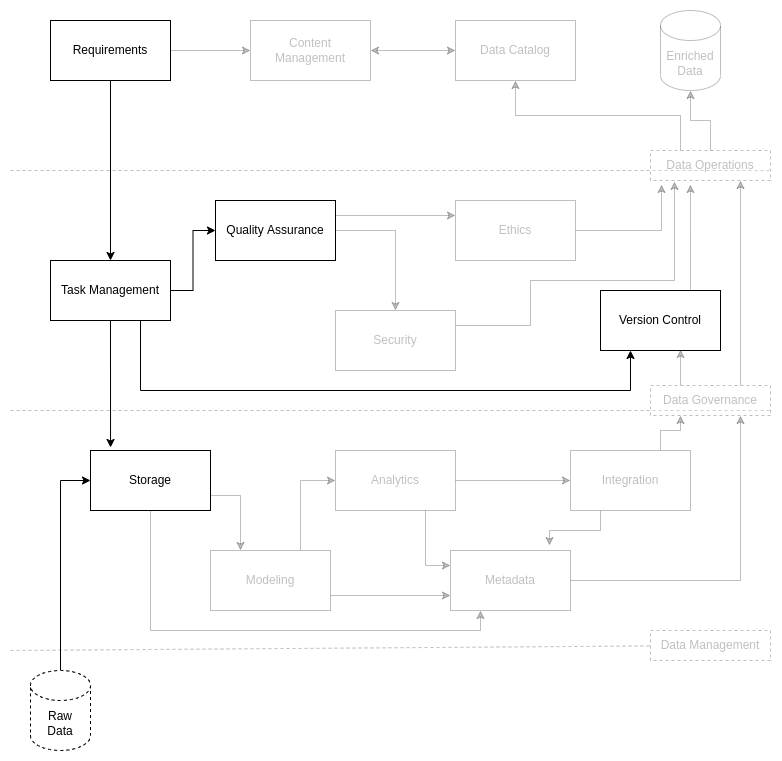
CertusGroup/ciutshi keeps this draw.io diagram as docs/source/static/images/do_overview_tms.png. Above is the earlier version. Source tidied: cells renumbered, new cells last; positions are measured from the earlier drawing's top-left corner, leaving out a move shared by most shapes.
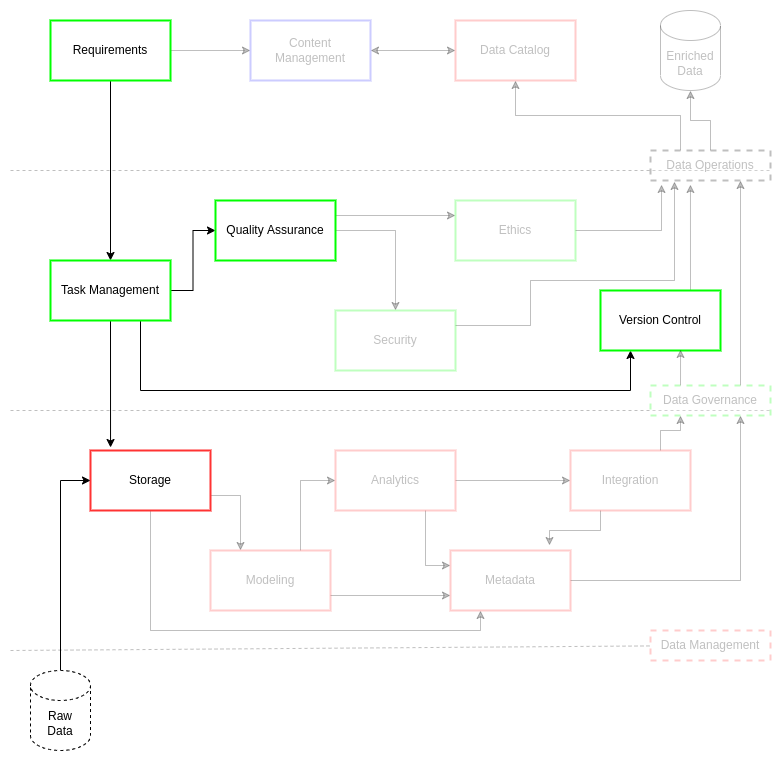
After the commit.

Diff of the diagram source:
```diff
@@ -20,7 +20,7 @@
     <mxCell id="5" style="edgeStyle=orthogonalEdgeStyle;rounded=0;jettySize=auto;html=1;exitX=0.5;exitY=1;exitDx=0;exitDy=0;entryX=0.25;entryY=1;entryDx=0;entryDy=0;opacity=25;textOpacity=25;" parent="1" edge="1" source="6" target="14">
       <mxGeometry relative="1" as="geometry" />
     </mxCell>
-    <mxCell id="6" value="Storage" style="rounded=0;whiteSpace=wrap;html=1;" parent="1" vertex="1">
+    <mxCell id="6" value="Storage" style="rounded=0;whiteSpace=wrap;html=1;strokeWidth=2;strokeColor=#FF3333;" parent="1" vertex="1">
       <mxGeometry x="80" y="440" width="120" height="60" as="geometry" />
     </mxCell>
     <mxCell id="7" style="edgeStyle=orthogonalEdgeStyle;rounded=0;jettySize=auto;html=1;exitX=0.75;exitY=0;exitDx=0;exitDy=0;entryX=0;entryY=0.5;entryDx=0;entryDy=0;opacity=25;textOpacity=25;" parent="1" edge="1" source="9" target="12">
@@ -29,7 +29,7 @@
     <mxCell id="8" style="edgeStyle=orthogonalEdgeStyle;rounded=0;jettySize=auto;html=1;exitX=1;exitY=0.75;exitDx=0;exitDy=0;entryX=0;entryY=0.75;entryDx=0;entryDy=0;opacity=25;textOpacity=25;" parent="1" edge="1" source="9" target="14">
       <mxGeometry relative="1" as="geometry" />
     </mxCell>
-    <mxCell id="9" value="Modeling" style="rounded=0;whiteSpace=wrap;html=1;opacity=25;textOpacity=25;" parent="1" vertex="1">
+    <mxCell id="9" value="Modeling" style="rounded=0;whiteSpace=wrap;html=1;strokeWidth=2;strokeColor=#FF3333;opacity=25;textOpacity=25;" parent="1" vertex="1">
       <mxGeometry x="200" y="540" width="120" height="60" as="geometry" />
     </mxCell>
     <mxCell id="10" style="edgeStyle=orthogonalEdgeStyle;rounded=0;jettySize=auto;html=1;exitX=1;exitY=0.5;exitDx=0;exitDy=0;entryX=0;entryY=0.5;entryDx=0;entryDy=0;opacity=25;textOpacity=25;" parent="1" edge="1" source="12" target="17">
@@ -38,13 +38,13 @@
     <mxCell id="11" style="edgeStyle=orthogonalEdgeStyle;rounded=0;jettySize=auto;html=1;exitX=0.75;exitY=1;exitDx=0;exitDy=0;entryX=0;entryY=0.25;entryDx=0;entryDy=0;opacity=25;textOpacity=25;" parent="1" edge="1" source="12" target="14">
       <mxGeometry relative="1" as="geometry" />
     </mxCell>
-    <mxCell id="12" value="Analytics" style="rounded=0;whiteSpace=wrap;html=1;opacity=25;textOpacity=25;" parent="1" vertex="1">
+    <mxCell id="12" value="Analytics" style="rounded=0;whiteSpace=wrap;html=1;strokeWidth=2;strokeColor=#FF3333;opacity=25;textOpacity=25;" parent="1" vertex="1">
       <mxGeometry x="325" y="440" width="120" height="60" as="geometry" />
     </mxCell>
     <mxCell id="13" style="edgeStyle=orthogonalEdgeStyle;rounded=0;jettySize=auto;html=1;exitX=1;exitY=0.5;exitDx=0;exitDy=0;entryX=0.75;entryY=1;entryDx=0;entryDy=0;opacity=25;textOpacity=25;" parent="1" edge="1" source="14" target="38">
       <mxGeometry relative="1" as="geometry" />
     </mxCell>
-    <mxCell id="14" value="Metadata" style="rounded=0;whiteSpace=wrap;html=1;opacity=25;textOpacity=25;" parent="1" vertex="1">
+    <mxCell id="14" value="Metadata" style="rounded=0;whiteSpace=wrap;html=1;strokeWidth=2;strokeColor=#FF3333;opacity=25;textOpacity=25;" parent="1" vertex="1">
       <mxGeometry x="440" y="540" width="120" height="60" as="geometry" />
     </mxCell>
     <mxCell id="15" style="edgeStyle=orthogonalEdgeStyle;rounded=0;jettySize=auto;html=1;exitX=0.25;exitY=1;exitDx=0;exitDy=0;entryX=0.825;entryY=-0.083;entryDx=0;entryDy=0;entryPerimeter=0;opacity=25;textOpacity=25;" parent="1" edge="1" source="17" target="14">
@@ -53,10 +53,10 @@
     <mxCell id="16" style="edgeStyle=orthogonalEdgeStyle;rounded=0;jettySize=auto;html=1;exitX=0.75;exitY=0;exitDx=0;exitDy=0;entryX=0.25;entryY=1;entryDx=0;entryDy=0;opacity=25;textOpacity=25;" parent="1" edge="1" source="17" target="38">
       <mxGeometry relative="1" as="geometry" />
     </mxCell>
-    <mxCell id="17" value="Integration" style="rounded=0;whiteSpace=wrap;html=1;opacity=25;textOpacity=25;" parent="1" vertex="1">
+    <mxCell id="17" value="Integration" style="rounded=0;whiteSpace=wrap;html=1;strokeWidth=2;strokeColor=#FF3333;opacity=25;textOpacity=25;" parent="1" vertex="1">
       <mxGeometry x="560" y="440" width="120" height="60" as="geometry" />
     </mxCell>
-    <mxCell id="18" value="Data Catalog&lt;br&gt;" style="rounded=0;whiteSpace=wrap;html=1;opacity=25;textOpacity=25;" parent="1" vertex="1">
+    <mxCell id="18" value="Data Catalog&lt;br&gt;" style="rounded=0;whiteSpace=wrap;html=1;strokeWidth=2;strokeColor=#FF3333;opacity=25;textOpacity=25;" parent="1" vertex="1">
       <mxGeometry x="445" y="10" width="120" height="60" as="geometry" />
     </mxCell>
     <mxCell id="19" style="edgeStyle=orthogonalEdgeStyle;rounded=0;jettySize=auto;html=1;exitX=0.5;exitY=1;exitDx=0;exitDy=0;entryX=0.5;entryY=0;entryDx=0;entryDy=0;" parent="1" edge="1" source="21" target="25">
@@ -65,7 +65,7 @@
     <mxCell id="20" style="edgeStyle=orthogonalEdgeStyle;rounded=0;jettySize=auto;html=1;exitX=1;exitY=0.5;exitDx=0;exitDy=0;entryX=0;entryY=0.5;entryDx=0;entryDy=0;opacity=25;textOpacity=25;" parent="1" edge="1" source="21" target="48">
       <mxGeometry relative="1" as="geometry" />
     </mxCell>
-    <mxCell id="21" value="Requirements" style="rounded=0;whiteSpace=wrap;html=1;" parent="1" vertex="1">
+    <mxCell id="21" value="Requirements" style="rounded=0;whiteSpace=wrap;html=1;strokeColor=#00FF00;strokeWidth=2;" parent="1" vertex="1">
       <mxGeometry x="40" y="10" width="120" height="60" as="geometry" />
     </mxCell>
     <mxCell id="22" style="edgeStyle=orthogonalEdgeStyle;rounded=0;jettySize=auto;html=1;exitX=1;exitY=0.5;exitDx=0;exitDy=0;entryX=0;entryY=0.5;entryDx=0;entryDy=0;" parent="1" edge="1" source="25" target="28">
@@ -82,7 +82,7 @@
     <mxCell id="24" style="edgeStyle=orthogonalEdgeStyle;rounded=0;jettySize=auto;html=1;exitX=0.5;exitY=1;exitDx=0;exitDy=0;entryX=0.167;entryY=-0.05;entryDx=0;entryDy=0;entryPerimeter=0;" parent="1" edge="1" source="25" target="6">
       <mxGeometry relative="1" as="geometry" />
     </mxCell>
-    <mxCell id="25" value="Task Management" style="rounded=0;whiteSpace=wrap;html=1;" parent="1" vertex="1">
+    <mxCell id="25" value="Task Management" style="rounded=0;whiteSpace=wrap;html=1;strokeColor=#00FF00;strokeWidth=2;" parent="1" vertex="1">
       <mxGeometry x="40" y="250" width="120" height="60" as="geometry" />
     </mxCell>
     <mxCell id="26" style="edgeStyle=orthogonalEdgeStyle;rounded=0;jettySize=auto;html=1;exitX=1;exitY=0.5;exitDx=0;exitDy=0;entryX=0.5;entryY=0;entryDx=0;entryDy=0;opacity=25;textOpacity=25;" parent="1" edge="1" source="28" target="30">
@@ -91,7 +91,7 @@
     <mxCell id="27" style="edgeStyle=orthogonalEdgeStyle;rounded=0;jettySize=auto;html=1;exitX=1;exitY=0.25;exitDx=0;exitDy=0;entryX=0;entryY=0.25;entryDx=0;entryDy=0;opacity=25;textOpacity=25;" parent="1" edge="1" source="28" target="34">
       <mxGeometry relative="1" as="geometry" />
     </mxCell>
-    <mxCell id="28" value="Quality Assurance" style="rounded=0;whiteSpace=wrap;html=1;" parent="1" vertex="1">
+    <mxCell id="28" value="Quality Assurance" style="rounded=0;whiteSpace=wrap;html=1;strokeColor=#00FF00;strokeWidth=2;" parent="1" vertex="1">
       <mxGeometry x="205" y="190" width="120" height="60" as="geometry" />
     </mxCell>
     <mxCell id="29" style="edgeStyle=orthogonalEdgeStyle;rounded=0;jettySize=auto;html=1;exitX=1;exitY=0.25;exitDx=0;exitDy=0;entryX=0.2;entryY=1.033;entryDx=0;entryDy=0;entryPerimeter=0;opacity=25;textOpacity=25;" parent="1" edge="1" source="30" target="41">
@@ -103,19 +103,19 @@
         </Array>
       </mxGeometry>
     </mxCell>
-    <mxCell id="30" value="Security" style="rounded=0;whiteSpace=wrap;html=1;opacity=25;textOpacity=25;" parent="1" vertex="1">
+    <mxCell id="30" value="Security" style="rounded=0;whiteSpace=wrap;html=1;strokeColor=#00FF00;strokeWidth=2;opacity=25;textOpacity=25;" parent="1" vertex="1">
       <mxGeometry x="325" y="300" width="120" height="60" as="geometry" />
     </mxCell>
     <mxCell id="31" style="edgeStyle=orthogonalEdgeStyle;rounded=0;jettySize=auto;html=1;exitX=0.75;exitY=0;exitDx=0;exitDy=0;entryX=0.333;entryY=1.133;entryDx=0;entryDy=0;entryPerimeter=0;opacity=25;textOpacity=25;" parent="1" edge="1" source="32" target="41">
       <mxGeometry relative="1" as="geometry" />
     </mxCell>
-    <mxCell id="32" value="Version Control" style="rounded=0;whiteSpace=wrap;html=1;" parent="1" vertex="1">
+    <mxCell id="32" value="Version Control" style="rounded=0;whiteSpace=wrap;html=1;strokeColor=#00FF00;strokeWidth=2;" parent="1" vertex="1">
       <mxGeometry x="590" y="280" width="120" height="60" as="geometry" />
     </mxCell>
     <mxCell id="33" style="edgeStyle=orthogonalEdgeStyle;rounded=0;jettySize=auto;html=1;exitX=1;exitY=0.5;exitDx=0;exitDy=0;entryX=0.092;entryY=1.133;entryDx=0;entryDy=0;entryPerimeter=0;opacity=25;textOpacity=25;" parent="1" edge="1" source="34" target="41">
       <mxGeometry relative="1" as="geometry" />
     </mxCell>
-    <mxCell id="34" value="Ethics" style="rounded=0;whiteSpace=wrap;html=1;opacity=25;textOpacity=25;" parent="1" vertex="1">
+    <mxCell id="34" value="Ethics" style="rounded=0;whiteSpace=wrap;html=1;strokeColor=#00FF00;strokeWidth=2;opacity=25;textOpacity=25;" parent="1" vertex="1">
       <mxGeometry x="445" y="190" width="120" height="60" as="geometry" />
     </mxCell>
     <mxCell id="35" style="endArrow=none;dashed=1;html=1;rounded=0;startArrow=none;opacity=25;textOpacity=25;" parent="1" edge="1" source="45">
@@ -129,7 +129,7 @@
     <mxCell id="37" style="edgeStyle=orthogonalEdgeStyle;rounded=0;jettySize=auto;html=1;exitX=0.75;exitY=0;exitDx=0;exitDy=0;entryX=0.75;entryY=1;entryDx=0;entryDy=0;opacity=25;textOpacity=25;" parent="1" edge="1" source="38" target="41">
       <mxGeometry relative="1" as="geometry" />
     </mxCell>
-    <mxCell id="38" value="Data Governance" style="rounded=0;whiteSpace=wrap;html=1;dashed=1;opacity=25;textOpacity=25;" parent="1" vertex="1">
+    <mxCell id="38" value="Data Governance" style="rounded=0;whiteSpace=wrap;html=1;dashed=1;strokeColor=#00FF00;strokeWidth=2;opacity=25;textOpacity=25;" parent="1" vertex="1">
       <mxGeometry x="640" y="375" width="120" height="30" as="geometry" />
     </mxCell>
     <mxCell id="39" style="edgeStyle=orthogonalEdgeStyle;rounded=0;jettySize=auto;html=1;exitX=0.5;exitY=0;exitDx=0;exitDy=0;entryX=0.5;entryY=1;entryDx=0;entryDy=0;entryPerimeter=0;opacity=25;textOpacity=25;" parent="1" edge="1" source="41" target="44">
@@ -138,7 +138,7 @@
     <mxCell id="40" style="edgeStyle=orthogonalEdgeStyle;rounded=0;jettySize=auto;html=1;exitX=0.25;exitY=0;exitDx=0;exitDy=0;entryX=0.5;entryY=1;entryDx=0;entryDy=0;opacity=25;textOpacity=25;" parent="1" edge="1" source="41" target="18">
       <mxGeometry relative="1" as="geometry" />
     </mxCell>
-    <mxCell id="41" value="Data Operations" style="rounded=0;whiteSpace=wrap;html=1;dashed=1;opacity=25;textOpacity=25;" parent="1" vertex="1">
+    <mxCell id="41" value="Data Operations" style="rounded=0;whiteSpace=wrap;html=1;dashed=1;strokeWidth=2;opacity=25;textOpacity=25;" parent="1" vertex="1">
       <mxGeometry x="640" y="140" width="120" height="30" as="geometry" />
     </mxCell>
     <mxCell id="42" style="edgeStyle=orthogonalEdgeStyle;rounded=0;jettySize=auto;html=1;exitX=0.5;exitY=0;exitDx=0;exitDy=0;exitPerimeter=0;entryX=0;entryY=0.5;entryDx=0;entryDy=0;" parent="1" edge="1" source="43" target="6">
@@ -150,7 +150,7 @@
     <mxCell id="44" value="Enriched&lt;br&gt;Data" style="shape=cylinder3;whiteSpace=wrap;html=1;boundedLbl=1;backgroundOutline=1;size=15;opacity=25;textOpacity=25;" parent="1" vertex="1">
       <mxGeometry x="650" width="60" height="80" as="geometry" />
     </mxCell>
-    <mxCell id="45" value="Data Management&lt;br&gt;" style="rounded=0;whiteSpace=wrap;html=1;dashed=1;opacity=25;textOpacity=25;" parent="1" vertex="1">
+    <mxCell id="45" value="Data Management&lt;br&gt;" style="rounded=0;whiteSpace=wrap;html=1;dashed=1;strokeWidth=2;strokeColor=#FF3333;opacity=25;textOpacity=25;" parent="1" vertex="1">
       <mxGeometry x="640" y="620" width="120" height="30" as="geometry" />
     </mxCell>
     <mxCell id="46" style="endArrow=none;dashed=1;html=1;rounded=0;opacity=25;textOpacity=25;" parent="1" edge="1" target="45">
@@ -161,7 +161,7 @@
     <mxCell id="47" style="edgeStyle=orthogonalEdgeStyle;rounded=0;jettySize=auto;html=1;exitX=1;exitY=0.5;exitDx=0;exitDy=0;entryX=0;entryY=0.5;entryDx=0;entryDy=0;startArrow=classic;startFill=1;opacity=25;textOpacity=25;" parent="1" edge="1" source="48" target="18">
       <mxGeometry relative="1" as="geometry" />
     </mxCell>
-    <mxCell id="48" value="Content&lt;br&gt;Management" style="rounded=0;whiteSpace=wrap;html=1;opacity=25;textOpacity=25;" parent="1" vertex="1">
+    <mxCell id="48" value="Content&lt;br&gt;Management" style="rounded=0;whiteSpace=wrap;html=1;strokeColor=#3333FF;strokeWidth=2;opacity=25;textOpacity=25;" parent="1" vertex="1">
       <mxGeometry x="240" y="10" width="120" height="60" as="geometry" />
     </mxCell>
   </root>
```
